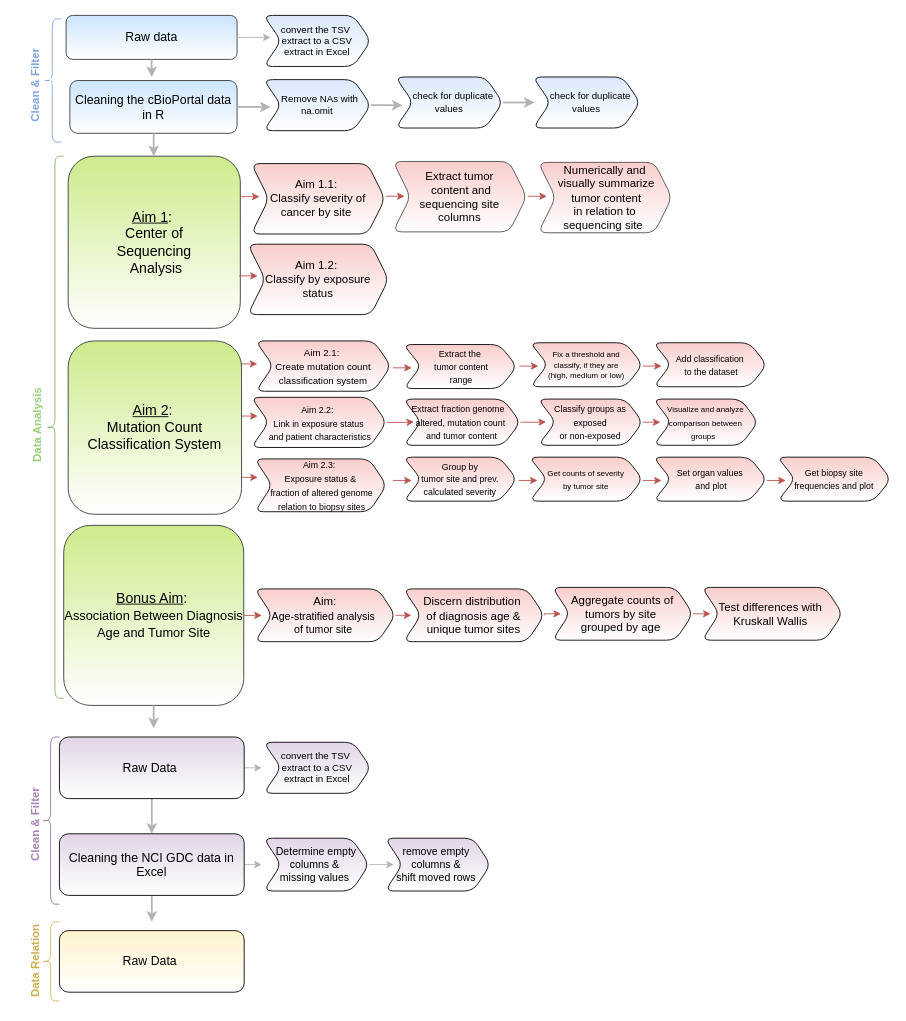
This is Pipeline_Image.drawio from aiy-wish/Data-Wrangling-Project, a draw.io file, before an edit. Source tidied: cells renumbered, new cells numbered last; positions are measured from the earlier drawing's top-left corner, leaving out a move shared by most shapes. Both pictures are drawn from the tidied source at 88%, with x=0, y=0 at pixel (-10, 15).
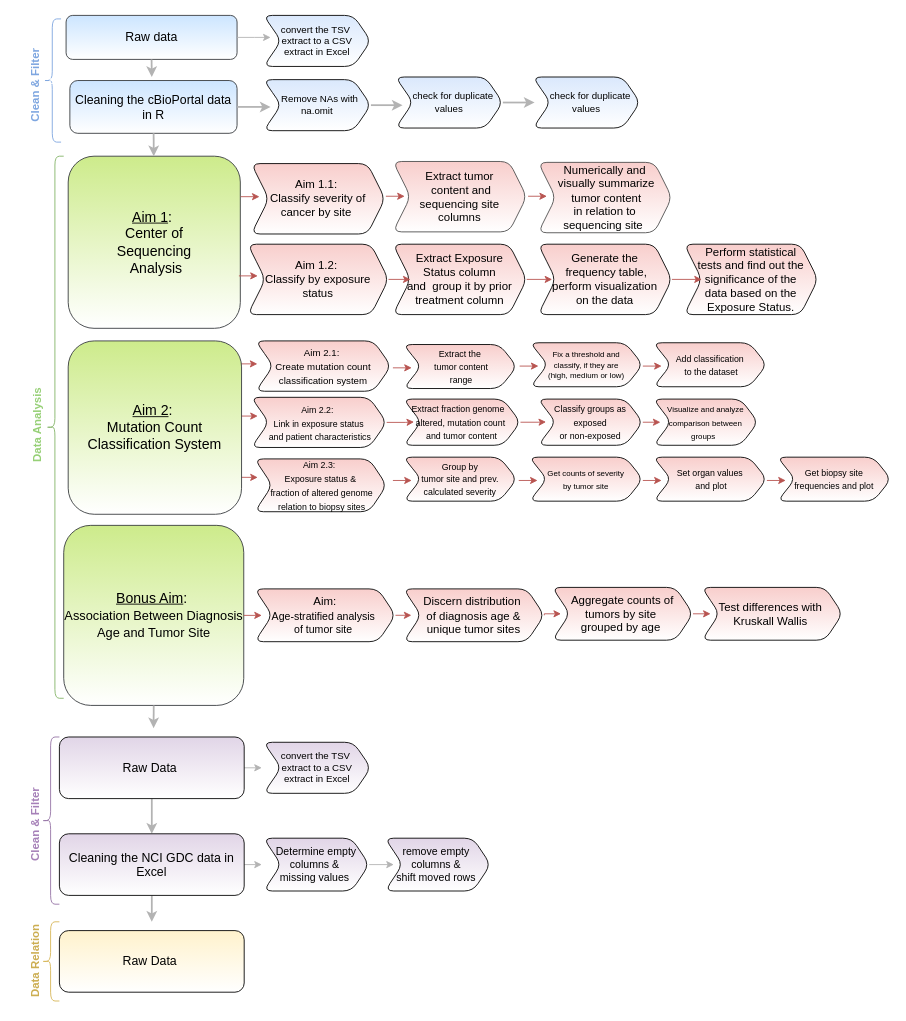
Above is the later version.

The change refers to these unchanged cells:
```xml
<mxCell id="12" value="&lt;span style=&quot;color: rgb(0 , 0 , 0)&quot;&gt;Aim 1.2:&amp;nbsp;&lt;/span&gt;&lt;br style=&quot;color: rgb(0 , 0 , 0)&quot;&gt;&lt;span id=&quot;docs-internal-guid-430a61ab-7fff-0e5c-0323-d102c36e70b5&quot; style=&quot;color: rgb(0 , 0 , 0)&quot;&gt;&lt;span style=&quot;font-family: &amp;#34;arial&amp;#34; ; background-color: transparent ; vertical-align: baseline&quot;&gt;Classify by exposure status&lt;/span&gt;&lt;/span&gt;" style="shape=step;perimeter=stepPerimeter;whiteSpace=wrap;html=1;fixedSize=1;rounded=1;fontSize=13;verticalAlign=middle;fillColor=#f8cecc;strokeColor=default;gradientColor=#ffffff;" parent="7" vertex="1">
  <mxGeometry x="232.1" y="256" width="160" height="80" as="geometry" />
</mxCell>
```

Change to the diagram source:
```diff
@@
+    <mxCell id="84" value="Extract Exposure &lt;br&gt;Status column &lt;br&gt;and&amp;nbsp; group it by prior treatment column" style="shape=step;perimeter=stepPerimeter;whiteSpace=wrap;html=1;fixedSize=1;rounded=1;fontSize=13;verticalAlign=middle;fillColor=#f8cecc;strokeColor=default;gradientColor=#ffffff;" parent="1" vertex="1">
+      <mxGeometry x="457" y="260" width="152" height="80" as="geometry" />
+    </mxCell>
+    <mxCell id="85" value="&lt;font style=&quot;font-size: 13px&quot;&gt;Generate the&lt;br&gt;&amp;nbsp;frequency&amp;nbsp;table, &lt;br&gt;perform visualization &lt;br&gt;on the data&lt;/font&gt;" style="shape=step;perimeter=stepPerimeter;whiteSpace=wrap;html=1;fixedSize=1;rounded=1;fontSize=13;verticalAlign=middle;fillColor=#f8cecc;strokeColor=default;gradientColor=#ffffff;" parent="1" vertex="1">
+      <mxGeometry x="622" y="260" width="152" height="80" as="geometry" />
+    </mxCell>
+    <mxCell id="86" style="endArrow=classic;html=1;rounded=0;fontSize=16;fillColor=#f8cecc;strokeColor=#b85450;exitX=1;exitY=0.5;exitDx=0;exitDy=0;" parent="1" edge="1" source="84">
+      <mxGeometry relative="1" as="geometry">
+        <mxPoint x="638" y="300" as="targetPoint" />
+      </mxGeometry>
+    </mxCell>
+    <mxCell id="87" value="&lt;font style=&quot;font-size: 13px&quot;&gt;Perform statistical &lt;br&gt;tests and find out the significance of the &lt;br&gt;data based on the Exposure Status.&lt;/font&gt;" style="shape=step;perimeter=stepPerimeter;whiteSpace=wrap;html=1;fixedSize=1;rounded=1;fontSize=13;verticalAlign=middle;fillColor=#f8cecc;strokeColor=default;gradientColor=#ffffff;" parent="1" vertex="1">
+      <mxGeometry x="788" y="260" width="152" height="80" as="geometry" />
+    </mxCell>
+    <mxCell id="88" style="endArrow=classic;html=1;rounded=0;fontSize=16;fillColor=#f8cecc;strokeColor=#b85450;entryX=0;entryY=0.5;entryDx=0;entryDy=0;exitX=1;exitY=0.5;exitDx=0;exitDy=0;" parent="1" edge="1" source="85" target="87">
+      <mxGeometry relative="1" as="geometry" />
+    </mxCell>
+    <mxCell id="89" style="endArrow=classic;html=1;rounded=0;fontSize=16;fillColor=#f8cecc;strokeColor=#b85450;exitX=1;exitY=0.5;exitDx=0;exitDy=0;entryX=0;entryY=0.5;entryDx=0;entryDy=0;" parent="1" edge="1" source="12" target="84">
+      <mxGeometry relative="1" as="geometry" />
+    </mxCell>
```
